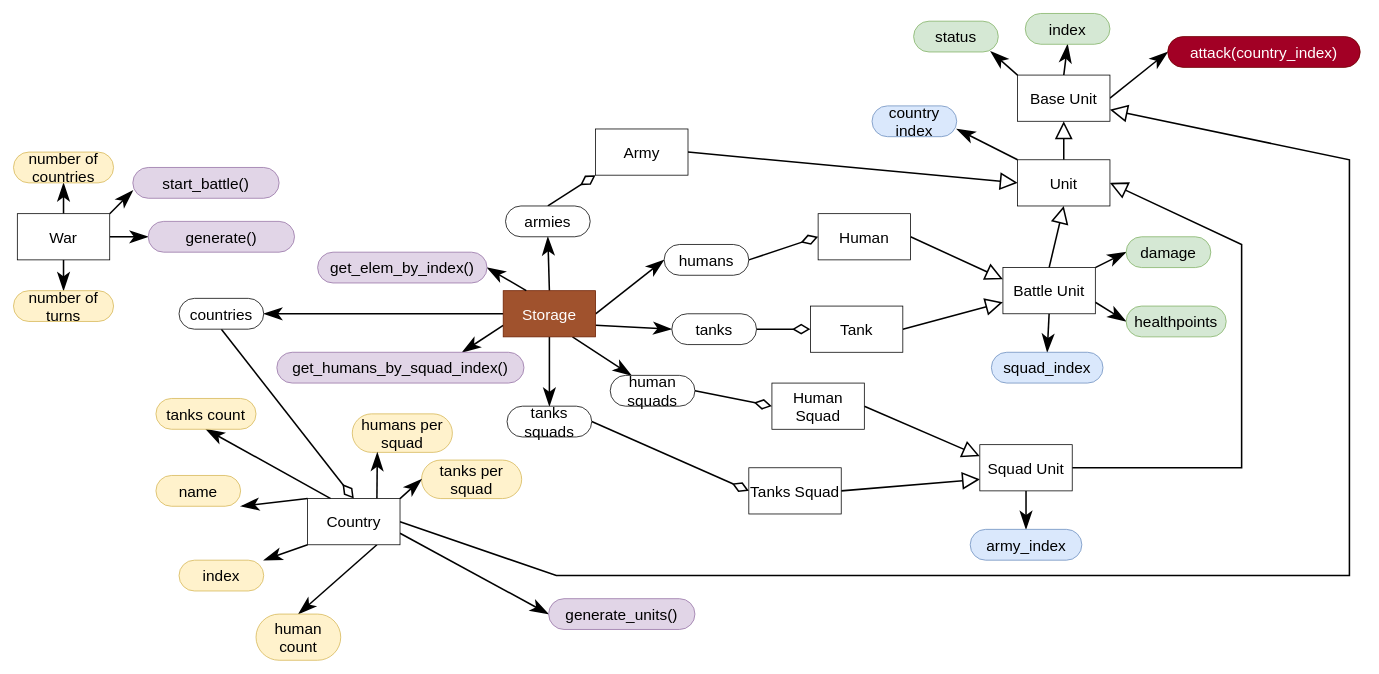
The draw.io diagram the_battle.drawio in MikelTopKek/battlegame, before the edit. Source tidied: cells renumbered, new cells numbered last; positions are measured from the earlier drawing's top-left corner, leaving out a move shared by most shapes. Both pictures are drawn from the tidied source at 77%, with x=0, y=0 at pixel (13, 13).
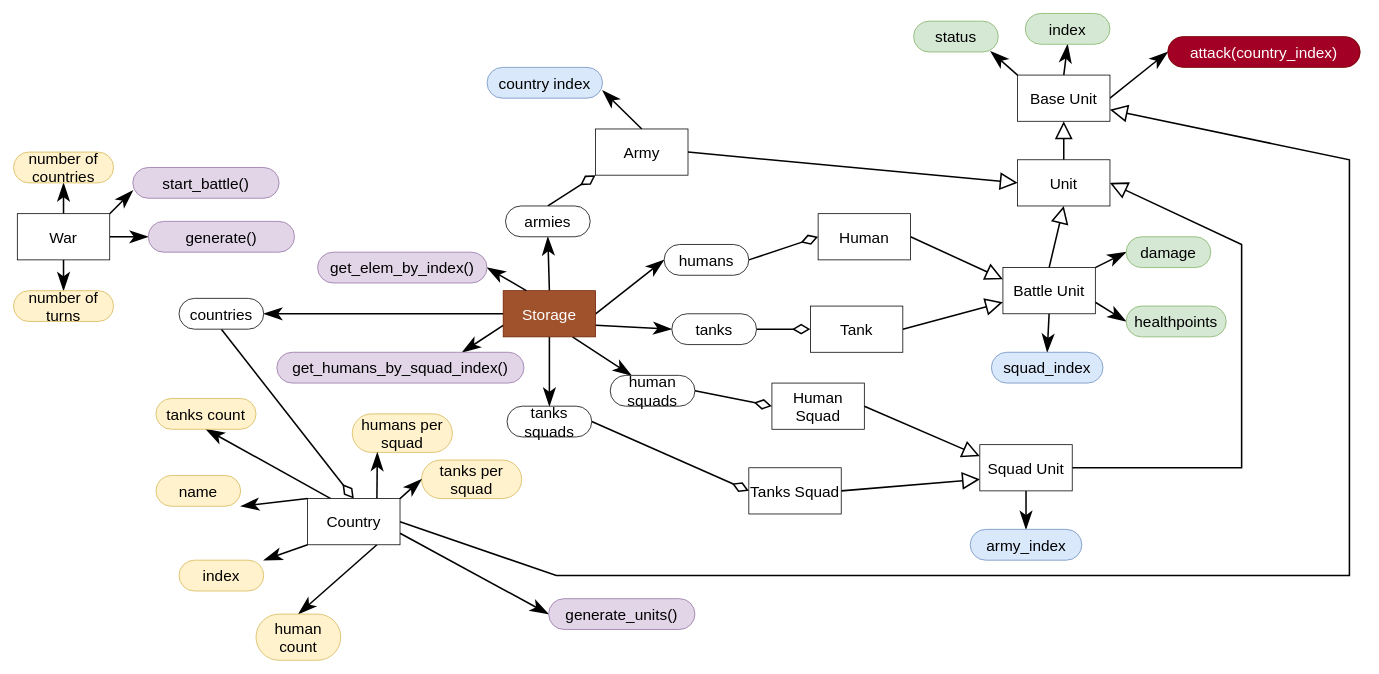
The same diagram, later.

Unchanged cells that the change refers to:
```xml
<mxCell id="53" value="Army" style="rounded=0;whiteSpace=wrap;html=1;fontSize=20;" parent="1" vertex="1">
  <mxGeometry x="756" y="150" width="120" height="60" as="geometry" />
</mxCell>
<mxCell id="83" value="Unit" style="rounded=0;whiteSpace=wrap;html=1;fontSize=20;" parent="1" vertex="1">
  <mxGeometry x="1304" y="190" width="120" height="60" as="geometry" />
</mxCell>
```

What changed in the source:
```diff
@@
-    <mxCell id="52" style="edgeStyle=none;rounded=0;jettySize=auto;html=1;exitX=0;exitY=0;exitDx=0;exitDy=0;entryX=1;entryY=0.75;entryDx=0;entryDy=0;endArrow=classicThin;endFill=1;endSize=18;strokeWidth=2;fontSize=20;" parent="1" edge="1" source="83" target="76">
+    <mxCell id="52" style="edgeStyle=none;rounded=0;jettySize=auto;html=1;exitX=0.5;exitY=0;exitDx=0;exitDy=0;entryX=1;entryY=0.75;entryDx=0;entryDy=0;endArrow=classicThin;endFill=1;endSize=18;strokeWidth=2;fontSize=20;" parent="1" edge="1" source="53" target="76">
       <mxGeometry relative="1" as="geometry" />
     </mxCell>
@@
     <mxCell id="76" value="country index" style="rounded=1;whiteSpace=wrap;html=1;fontSize=20;arcSize=50;fillColor=#dae8fc;strokeColor=#6c8ebf;" parent="1" vertex="1">
-      <mxGeometry x="1115" y="120" width="110" height="40" as="geometry" />
+      <mxGeometry x="615" y="70" width="150" height="40" as="geometry" />
     </mxCell>
```
